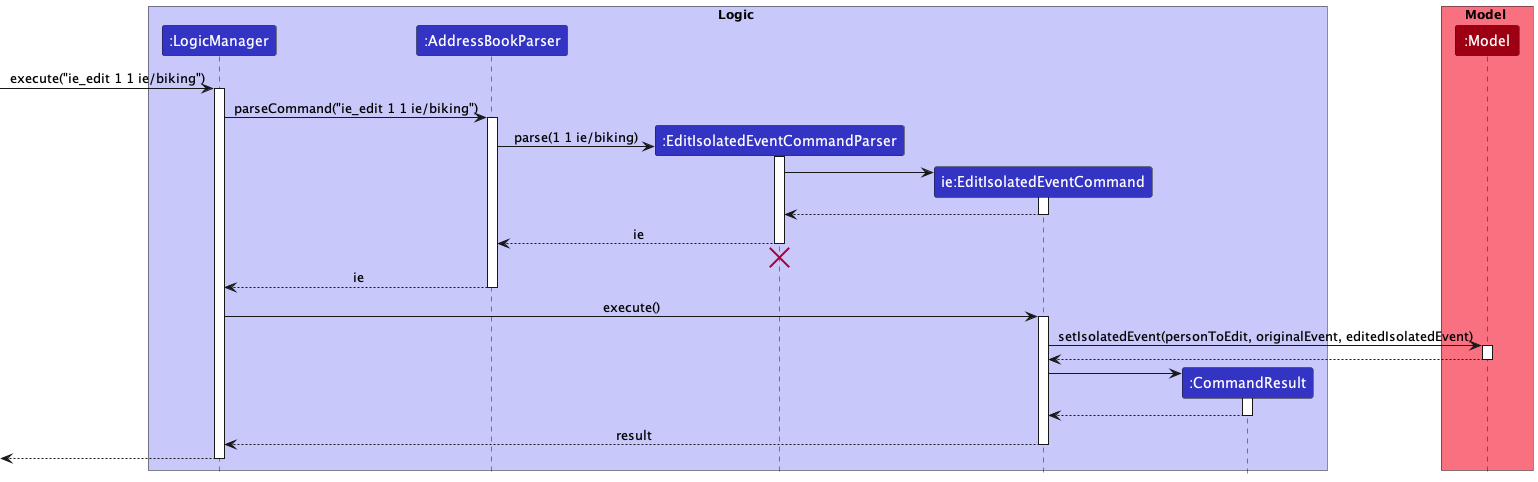
nus-cs2103-AY2223S2/tp keeps this PlantUML diagram as docs/images/EditIsolatedEventCommandSequenceDiagram.png. Above is the earlier version.
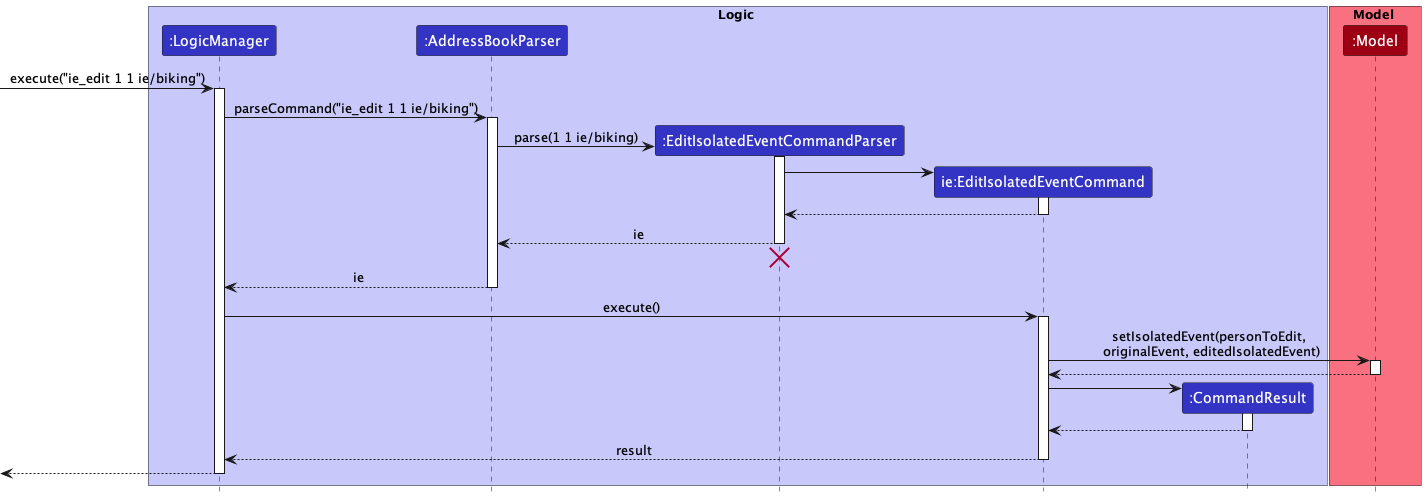
The same diagram one commit later.

Commit message:
resize uml diagram image

The edit, as a diff of the source:
```diff
@@ -41,7 +41,7 @@
 LogicManager -> EditIsolatedEventCommand : execute()
 activate EditIsolatedEventCommand
 
-EditIsolatedEventCommand -> Model : setIsolatedEvent(personToEdit, originalEvent, editedIsolatedEvent)
+EditIsolatedEventCommand -> Model : setIsolatedEvent(personToEdit,\n originalEvent, editedIsolatedEvent)
 activate Model
 
 Model --> EditIsolatedEventCommand
```
